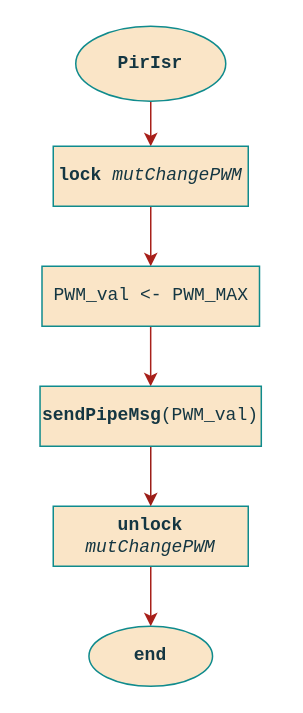
ESRGgroup9/slipad keeps this draw.io diagram as page "PIR" (1 of 7) of project/report/flowcharts/Sensors.drawio. Above is the earlier version. Source tidied: cells renumbered, new cells numbered last; positions are measured from the earlier drawing's top-left corner, leaving out a move shared by most shapes. Both pictures are drawn from the tidied source at 150%, with x=0, y=0 at pixel (39, 26).
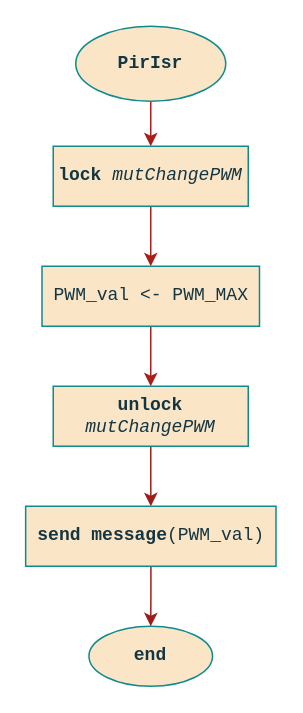
The same page after the edit.

Diff of the diagram source:
```diff
@@
 <mxGraphModel>
   <root>
     <mxCell id="0" />
     <mxCell id="1" parent="0" />
     <mxCell id="2" style="edgeStyle=orthogonalEdgeStyle;curved=0;rounded=1;sketch=0;jettySize=auto;html=1;entryX=0.5;entryY=0;entryDx=0;entryDy=0;fontColor=#143642;strokeColor=#A8201A;fillColor=#FAE5C7;" parent="1" edge="1" source="3" target="5">
       <mxGeometry relative="1" as="geometry" />
     </mxCell>
     <mxCell id="3" value="&lt;b&gt;PirIsr&lt;/b&gt;" style="ellipse;whiteSpace=wrap;html=1;fontFamily=Courier New;fillColor=#FAE5C7;strokeColor=#0F8B8D;fontColor=#143642;" parent="1" vertex="1">
       <mxGeometry x="24" width="100" height="50" as="geometry" />
     </mxCell>
     <mxCell id="4" style="edgeStyle=orthogonalEdgeStyle;curved=0;rounded=1;sketch=0;jettySize=auto;html=1;fontColor=#143642;strokeColor=#A8201A;fillColor=#FAE5C7;" parent="1" edge="1" source="5" target="7">
       <mxGeometry relative="1" as="geometry" />
     </mxCell>
     <mxCell id="5" value="&lt;div&gt;&lt;b&gt;lock&lt;/b&gt;&lt;i&gt; mutChangePWM&lt;/i&gt;&lt;br&gt;&lt;/div&gt;" style="rounded=0;whiteSpace=wrap;html=1;sketch=0;fontColor=#143642;strokeColor=#0F8B8D;fillColor=#FAE5C7;fontFamily=Courier New;" parent="1" vertex="1">
       <mxGeometry x="9" y="80" width="130" height="40" as="geometry" />
     </mxCell>
-    <mxCell id="6" style="edgeStyle=orthogonalEdgeStyle;curved=0;rounded=1;sketch=0;jettySize=auto;html=1;fontColor=#143642;strokeColor=#A8201A;fillColor=#FAE5C7;entryX=0.5;entryY=0;entryDx=0;entryDy=0;" parent="1" edge="1" source="7" target="12">
+    <mxCell id="6" style="edgeStyle=orthogonalEdgeStyle;curved=0;rounded=1;sketch=0;jettySize=auto;html=1;fontColor=#143642;strokeColor=#A8201A;fillColor=#FAE5C7;entryX=0.5;entryY=0;entryDx=0;entryDy=0;" parent="1" edge="1" source="7" target="9">
       <mxGeometry relative="1" as="geometry" />
     </mxCell>
     <mxCell id="7" value="PWM_val &amp;lt;- PWM_MAX" style="rounded=0;whiteSpace=wrap;html=1;sketch=0;fontColor=#143642;strokeColor=#0F8B8D;fillColor=#FAE5C7;fontFamily=Courier New;" parent="1" vertex="1">
       <mxGeometry x="1.5" y="160" width="145" height="40" as="geometry" />
     </mxCell>
-    <mxCell id="8" style="edgeStyle=orthogonalEdgeStyle;curved=0;rounded=1;sketch=0;jettySize=auto;html=1;fontColor=#143642;strokeColor=#A8201A;fillColor=#FAE5C7;" parent="1" edge="1" source="9" target="10">
-      <mxGeometry relative="1" as="geometry" />
-    </mxCell>
+    <mxCell id="13" style="edgeStyle=orthogonalEdgeStyle;rounded=0;jettySize=auto;html=1;fontColor=#9C1E18;strokeColor=#9C1E18;" parent="1" edge="1" source="9" target="15">
+      <mxGeometry relative="1" as="geometry" />
+    </mxCell>
     <mxCell id="9" value="&lt;b&gt;unlock&lt;/b&gt;&lt;i&gt; mutChangePWM&lt;/i&gt;" style="rounded=0;whiteSpace=wrap;html=1;sketch=0;fontColor=#143642;strokeColor=#0F8B8D;fillColor=#FAE5C7;fontFamily=Courier New;" parent="1" vertex="1">
-      <mxGeometry x="9" y="320" width="130" height="40" as="geometry" />
+      <mxGeometry x="9" y="240" width="130" height="40" as="geometry" />
     </mxCell>
     <mxCell id="10" value="&lt;b&gt;end&lt;/b&gt;" style="ellipse;whiteSpace=wrap;html=1;rounded=0;sketch=0;fontFamily=Courier New;fontColor=#143642;strokeColor=#0F8B8D;fillColor=#FAE5C7;" parent="1" vertex="1">
       <mxGeometry x="32.8" y="400" width="82.4" height="40" as="geometry" />
     </mxCell>
-    <mxCell id="11" style="edgeStyle=orthogonalEdgeStyle;rounded=0;jettySize=auto;html=1;strokeColor=#9C1E18;" parent="1" edge="1" source="12" target="9">
-      <mxGeometry relative="1" as="geometry" />
-    </mxCell>
-    <mxCell id="12" value="&lt;b&gt;sendPipeMsg&lt;/b&gt;(PWM_val)" style="rounded=0;whiteSpace=wrap;html=1;sketch=0;fontColor=#143642;strokeColor=#0F8B8D;fillColor=#FAE5C7;fontFamily=Courier New;" parent="1" vertex="1">
-      <mxGeometry x="0.2" y="240" width="147.5" height="40" as="geometry" />
-    </mxCell>
+    <mxCell id="14" style="edgeStyle=orthogonalEdgeStyle;rounded=0;jettySize=auto;html=1;fontColor=#9C1E18;strokeColor=#9C1E18;" parent="1" edge="1" source="15" target="10">
+      <mxGeometry relative="1" as="geometry" />
+    </mxCell>
+    <mxCell id="15" value="&lt;b&gt;send message&lt;/b&gt;(PWM_val)" style="rounded=0;whiteSpace=wrap;html=1;sketch=0;fontColor=#143642;strokeColor=#0F8B8D;fillColor=#FAE5C7;fontFamily=Courier New;" parent="1" vertex="1">
+      <mxGeometry x="-9.4" y="320" width="166.9" height="40" as="geometry" />
+    </mxCell>
   </root>
 </mxGraphModel>
```
